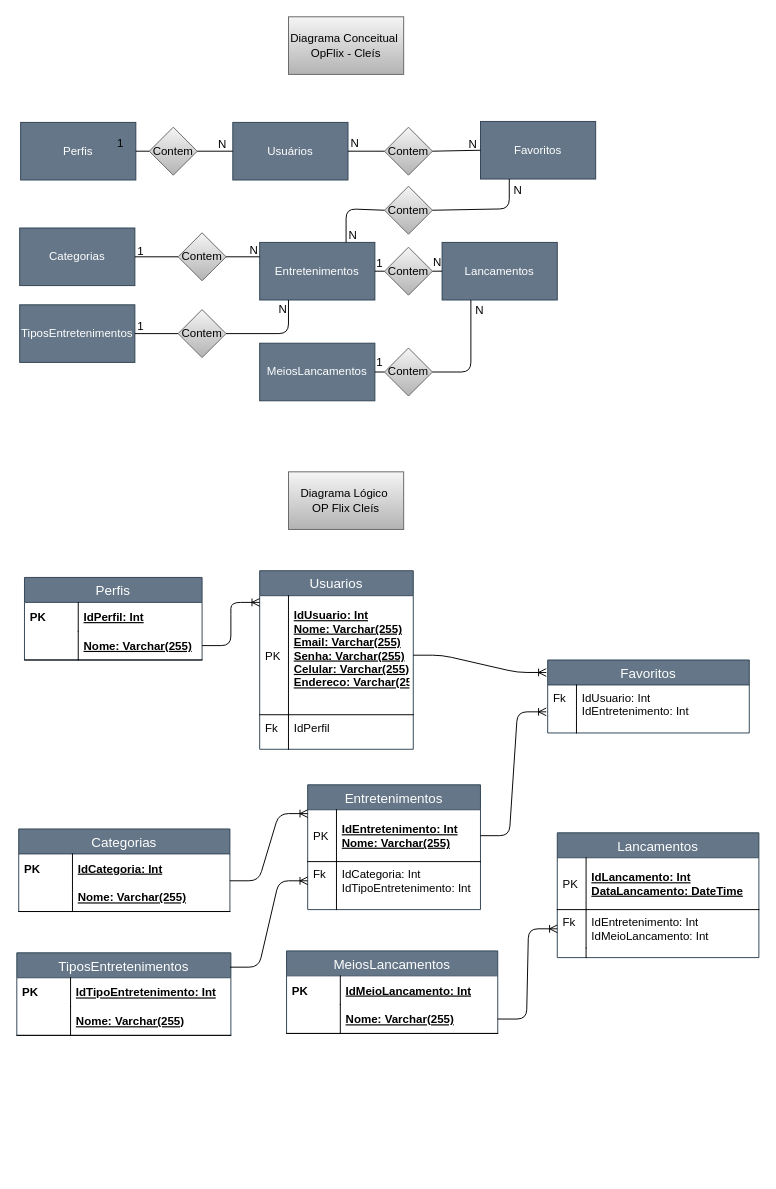
Before: Untitled Diagram (1).drawio in CleAurora/2s2019-sprint-1-bd-, a draw.io diagram. Source tidied: cells renumbered, new cells numbered last; positions are measured from the earlier drawing's top-left corner, leaving out a move shared by most shapes. Both pictures are drawn from the tidied source at 96%, with x=0, y=0 at pixel (16, 16).
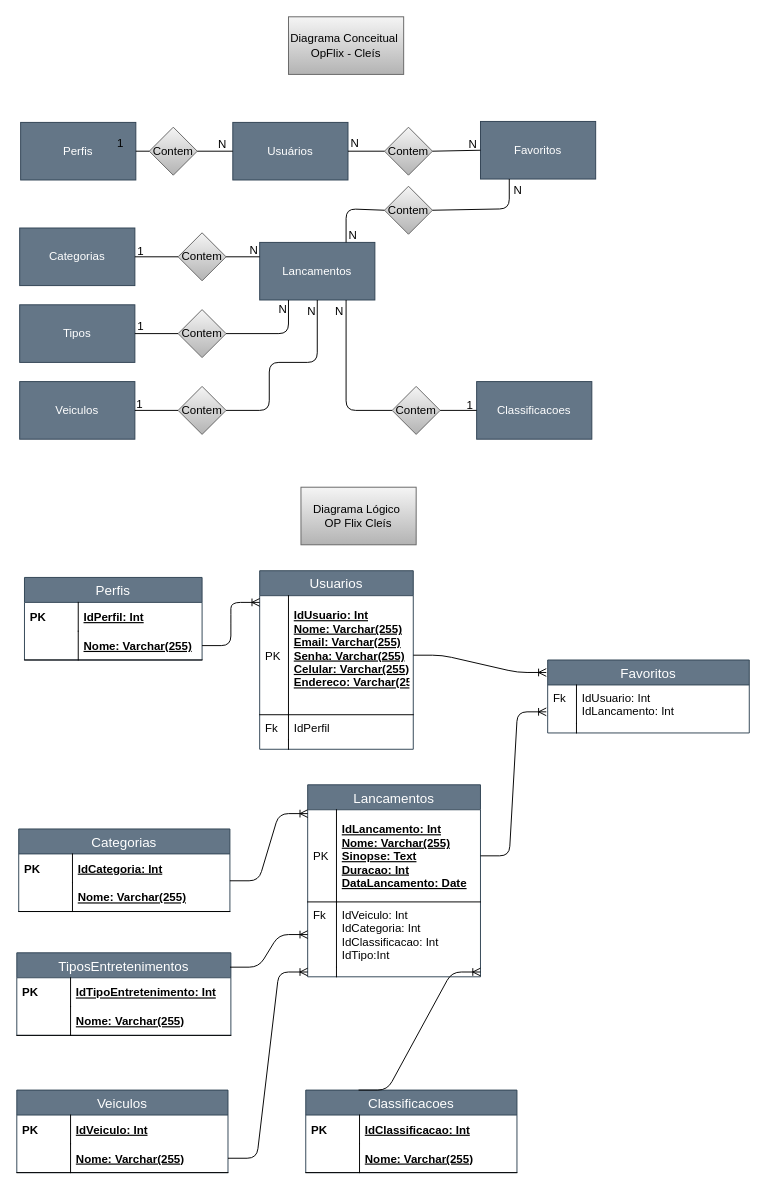
Above is the later version.

Commit message (it also covers changes not shown here):
Adiciona alteracoes nos diagramas

Unchanged cells that the change refers to:
```xml
<mxCell id="82" value="Nome: Varchar(255)" style="shape=partialRectangle;top=0;left=0;right=0;bottom=1;align=left;verticalAlign=middle;fillColor=none;spacingLeft=60;spacingRight=4;overflow=hidden;points=[[0,0.5],[1,0.5]];portConstraint=eastwest;fontStyle=5;fontSize=12;" parent="79" vertex="1">
  <mxGeometry y="56" width="220" height="30" as="geometry" />
</mxCell>
<mxCell id="92" value="Favoritos" style="swimlane;fontStyle=0;horizontal=1;startSize=26;fillColor=#647687;swimlaneFillColor=#ffffff;align=center;fontSize=14;strokeColor=#314354;fontColor=#ffffff;" parent="1" vertex="1">
  <mxGeometry x="553" y="670" width="210" height="76" as="geometry" />
</mxCell>
```

The edit, as a diff of the source:
```diff
@@
-    <mxCell id="10" value="TiposEntretenimentos" style="rounded=0;whiteSpace=wrap;html=1;fillColor=#647687;strokeColor=#314354;fontColor=#ffffff;" parent="1" vertex="1">
+    <mxCell id="10" value="Tipos" style="rounded=0;whiteSpace=wrap;html=1;fillColor=#647687;strokeColor=#314354;fontColor=#ffffff;" parent="1" vertex="1">
       <mxGeometry x="3" y="300" width="120" height="60" as="geometry" />
     </mxCell>
@@
-    <mxCell id="12" value="MeiosLancamentos" style="rounded=0;whiteSpace=wrap;html=1;fillColor=#647687;strokeColor=#314354;fontColor=#ffffff;" parent="1" vertex="1">
-      <mxGeometry x="253" y="340" width="120" height="60" as="geometry" />
+    <mxCell id="12" value="Veiculos" style="rounded=0;whiteSpace=wrap;html=1;fillColor=#647687;strokeColor=#314354;fontColor=#ffffff;" parent="1" vertex="1">
+      <mxGeometry x="3" y="380" width="120" height="60" as="geometry" />
     </mxCell>
-    <mxCell id="13" value="Entretenimentos" style="rounded=0;whiteSpace=wrap;html=1;fillColor=#647687;strokeColor=#314354;fontColor=#ffffff;" parent="1" vertex="1">
+    <mxCell id="13" value="Lancamentos" style="rounded=0;whiteSpace=wrap;html=1;fillColor=#647687;strokeColor=#314354;fontColor=#ffffff;" parent="1" vertex="1">
       <mxGeometry x="253" y="235" width="120" height="60" as="geometry" />
     </mxCell>
-    <mxCell id="14" value="Lancamentos" style="rounded=0;whiteSpace=wrap;html=1;fillColor=#647687;strokeColor=#314354;fontColor=#ffffff;" parent="1" vertex="1">
-      <mxGeometry x="443" y="235" width="120" height="60" as="geometry" />
-    </mxCell>
@@
-    <mxCell id="21" value="Contem" style="rhombus;whiteSpace=wrap;html=1;gradientColor=#b3b3b3;fillColor=#f5f5f5;strokeColor=#666666;" parent="1" vertex="1">
-      <mxGeometry x="383" y="240" width="50" height="50" as="geometry" />
-    </mxCell>
-    <mxCell id="22" value="Contem" style="rhombus;whiteSpace=wrap;html=1;gradientColor=#b3b3b3;fillColor=#f5f5f5;strokeColor=#666666;" parent="1" vertex="1">
-      <mxGeometry x="383" y="345" width="50" height="50" as="geometry" />
-    </mxCell>
-    <mxCell id="23" style="endArrow=none;html=1;entryX=0;entryY=0.5;entryDx=0;entryDy=0;exitX=1;exitY=0.5;exitDx=0;exitDy=0;" parent="1" edge="1" source="13" target="21">
-      <mxGeometry relative="1" as="geometry" />
-    </mxCell>
-    <mxCell id="24" style="endArrow=none;html=1;entryX=0;entryY=0.5;entryDx=0;entryDy=0;exitX=1;exitY=0.5;exitDx=0;exitDy=0;" parent="1" edge="1" source="21" target="14">
-      <mxGeometry relative="1" as="geometry" />
-    </mxCell>
-    <mxCell id="25" style="endArrow=none;html=1;entryX=0;entryY=0.5;entryDx=0;entryDy=0;exitX=1;exitY=0.5;exitDx=0;exitDy=0;" parent="1" edge="1" source="12" target="22">
-      <mxGeometry relative="1" as="geometry" />
-    </mxCell>
-    <mxCell id="26" style="endArrow=none;html=1;entryX=0.25;entryY=1;entryDx=0;entryDy=0;exitX=1;exitY=0.5;exitDx=0;exitDy=0;" parent="1" edge="1" source="22" target="14">
-      <mxGeometry relative="1" as="geometry">
-        <Array as="points">
-          <mxPoint x="473" y="370" />
-        </Array>
-      </mxGeometry>
-    </mxCell>
@@
-    <mxCell id="40" value="1" style="text;html=1;align=left;verticalAlign=top;spacingTop=-4;" parent="1" vertex="1">
-      <mxGeometry x="373" y="247" width="20" height="20" as="geometry" />
-    </mxCell>
-    <mxCell id="41" value="N" style="text;html=1;align=left;verticalAlign=top;spacingTop=-4;" parent="1" vertex="1">
-      <mxGeometry x="432" y="246" width="20" height="20" as="geometry" />
-    </mxCell>
@@
-    <mxCell id="44" value="1" style="text;html=1;align=left;verticalAlign=top;spacingTop=-4;" parent="1" vertex="1">
-      <mxGeometry x="373" y="350" width="20" height="20" as="geometry" />
-    </mxCell>
-    <mxCell id="45" value="N" style="text;html=1;align=left;verticalAlign=top;spacingTop=-4;" parent="1" vertex="1">
-      <mxGeometry x="476" y="296" width="20" height="20" as="geometry" />
-    </mxCell>
     <mxCell id="46" value="Diagrama Lógico&amp;nbsp;&lt;br&gt;OP Flix Cleís" style="rounded=0;whiteSpace=wrap;html=1;fillColor=#f5f5f5;strokeColor=#666666;gradientColor=#b3b3b3;" parent="1" vertex="1">
-      <mxGeometry x="283" y="474" width="120" height="60" as="geometry" />
+      <mxGeometry x="296" y="490" width="120" height="60" as="geometry" />
     </mxCell>
@@
-    <mxCell id="70" value="Entretenimentos" style="swimlane;fontStyle=0;horizontal=1;startSize=26;fillColor=#647687;swimlaneFillColor=#ffffff;align=center;fontSize=14;strokeColor=#314354;fontColor=#ffffff;" parent="1" vertex="1">
-      <mxGeometry x="303" y="800" width="180" height="130" as="geometry" />
+    <mxCell id="70" value="Lancamentos" style="swimlane;fontStyle=0;horizontal=1;startSize=26;fillColor=#647687;swimlaneFillColor=#ffffff;align=center;fontSize=14;strokeColor=#314354;fontColor=#ffffff;" parent="1" vertex="1">
+      <mxGeometry x="303" y="800" width="180" height="200" as="geometry" />
     </mxCell>
-    <mxCell id="71" value="IdEntretenimento: Int&#10;Nome: Varchar(255)" style="shape=partialRectangle;top=0;left=0;right=0;bottom=1;align=left;verticalAlign=middle;fillColor=none;spacingLeft=34;spacingRight=4;overflow=hidden;points=[[0,0.5],[1,0.5]];portConstraint=eastwest;fontStyle=5;fontSize=12;" parent="70" vertex="1">
-      <mxGeometry y="26" width="180" height="54" as="geometry" />
+    <mxCell id="71" value="IdLancamento: Int&#10;Nome: Varchar(255)&#10;Sinopse: Text&#10;Duracao: Int&#10;DataLancamento: Date" style="shape=partialRectangle;top=0;left=0;right=0;bottom=1;align=left;verticalAlign=middle;fillColor=none;spacingLeft=34;spacingRight=4;overflow=hidden;points=[[0,0.5],[1,0.5]];portConstraint=eastwest;fontStyle=5;fontSize=12;" parent="70" vertex="1">
+      <mxGeometry y="26" width="180" height="96" as="geometry" />
     </mxCell>
     <mxCell id="72" value="PK" style="shape=partialRectangle;top=0;left=0;bottom=0;fillColor=none;align=left;verticalAlign=middle;spacingLeft=4;spacingRight=4;overflow=hidden;fontSize=12;" parent="71" vertex="1">
-      <mxGeometry width="30" height="54" as="geometry" />
+      <mxGeometry width="30" height="96" as="geometry" />
     </mxCell>
-    <mxCell id="73" value="IdCategoria: Int&#10;IdTipoEntretenimento: Int" style="shape=partialRectangle;top=0;left=0;right=0;bottom=0;align=left;verticalAlign=top;fillColor=none;spacingLeft=34;spacingRight=4;overflow=hidden;points=[[0,0.5],[1,0.5]];portConstraint=eastwest;fontSize=12;" parent="70" vertex="1">
-      <mxGeometry y="80" width="180" height="40" as="geometry" />
+    <mxCell id="73" value="IdVeiculo: Int&#10;IdCategoria: Int&#10;IdClassificacao: Int&#10;IdTipo:Int" style="shape=partialRectangle;top=0;left=0;right=0;bottom=0;align=left;verticalAlign=top;fillColor=none;spacingLeft=34;spacingRight=4;overflow=hidden;points=[[0,0.5],[1,0.5]];portConstraint=eastwest;fontSize=12;" parent="70" vertex="1">
+      <mxGeometry y="122" width="180" height="68" as="geometry" />
     </mxCell>
     <mxCell id="74" value="Fk" style="shape=partialRectangle;top=0;left=0;bottom=0;fillColor=none;align=left;verticalAlign=top;spacingLeft=4;spacingRight=4;overflow=hidden;fontSize=12;" parent="73" vertex="1">
-      <mxGeometry width="30" height="40" as="geometry" />
+      <mxGeometry width="30" height="68" as="geometry" />
     </mxCell>
     <mxCell id="75" style="shape=partialRectangle;top=0;left=0;right=0;bottom=0;align=left;verticalAlign=top;fillColor=none;spacingLeft=34;spacingRight=4;overflow=hidden;points=[[0,0.5],[1,0.5]];portConstraint=eastwest;fontSize=12;" parent="70" vertex="1">
-      <mxGeometry y="120" width="180" height="10" as="geometry" />
+      <mxGeometry y="190" width="180" height="10" as="geometry" />
     </mxCell>
@@
-    <mxCell id="79" value="MeiosLancamentos" style="swimlane;fontStyle=0;horizontal=1;startSize=26;fillColor=#647687;swimlaneFillColor=#ffffff;align=center;fontSize=14;strokeColor=#314354;fontColor=#ffffff;" parent="1" vertex="1">
-      <mxGeometry x="281" y="973" width="220" height="86" as="geometry" />
+    <mxCell id="79" value="Veiculos" style="swimlane;fontStyle=0;horizontal=1;startSize=26;fillColor=#647687;swimlaneFillColor=#ffffff;align=center;fontSize=14;strokeColor=#314354;fontColor=#ffffff;" parent="1" vertex="1">
+      <mxGeometry y="1118" width="220" height="86" as="geometry" />
     </mxCell>
-    <mxCell id="80" value="IdMeioLancamento: Int" style="shape=partialRectangle;top=0;left=0;right=0;bottom=0;align=left;verticalAlign=middle;fillColor=none;spacingLeft=60;spacingRight=4;overflow=hidden;fontStyle=5;fontSize=12;" parent="79" vertex="1">
+    <mxCell id="80" value="IdVeiculo: Int" style="shape=partialRectangle;top=0;left=0;right=0;bottom=0;align=left;verticalAlign=middle;fillColor=none;spacingLeft=60;spacingRight=4;overflow=hidden;fontStyle=5;fontSize=12;" parent="79" vertex="1">
       <mxGeometry y="26" width="220" height="30" as="geometry" />
     </mxCell>
@@
-    <mxCell id="84" value="Lancamentos" style="swimlane;fontStyle=0;horizontal=1;startSize=26;fillColor=#647687;swimlaneFillColor=#ffffff;align=center;fontSize=14;strokeColor=#314354;fontColor=#ffffff;" parent="1" vertex="1">
-      <mxGeometry x="563" y="850" width="210" height="130" as="geometry" />
-    </mxCell>
-    <mxCell id="85" value="IdLancamento: Int&#10;DataLancamento: DateTime" style="shape=partialRectangle;top=0;left=0;right=0;bottom=1;align=left;verticalAlign=middle;fillColor=none;spacingLeft=34;spacingRight=4;overflow=hidden;fontStyle=5;fontSize=12;" parent="84" vertex="1">
-      <mxGeometry y="26" width="210" height="54" as="geometry" />
-    </mxCell>
-    <mxCell id="86" value="PK" style="shape=partialRectangle;top=0;left=0;bottom=0;fillColor=none;align=left;verticalAlign=middle;spacingLeft=4;spacingRight=4;overflow=hidden;fontSize=12;" parent="85" vertex="1">
-      <mxGeometry width="30" height="54" as="geometry" />
-    </mxCell>
-    <mxCell id="87" value="IdEntretenimento: Int&#10;IdMeioLancamento: Int" style="shape=partialRectangle;top=0;left=0;right=0;bottom=0;align=left;verticalAlign=top;fillColor=none;spacingLeft=34;spacingRight=4;overflow=hidden;points=[[0,0.5],[1,0.5]];portConstraint=eastwest;fontSize=12;" parent="84" vertex="1">
-      <mxGeometry y="80" width="210" height="40" as="geometry" />
-    </mxCell>
-    <mxCell id="88" value="Fk" style="shape=partialRectangle;top=0;left=0;bottom=0;fillColor=none;align=left;verticalAlign=top;spacingLeft=4;spacingRight=4;overflow=hidden;fontSize=12;" parent="87" vertex="1">
-      <mxGeometry width="30" height="40" as="geometry" />
-    </mxCell>
-    <mxCell id="89" style="shape=partialRectangle;top=0;left=0;right=0;bottom=0;align=left;verticalAlign=top;fillColor=none;spacingLeft=34;spacingRight=4;overflow=hidden;fontSize=12;" parent="84" vertex="1">
-      <mxGeometry y="120" width="210" height="10" as="geometry" />
-    </mxCell>
-    <mxCell id="90" style="shape=partialRectangle;top=0;left=0;bottom=0;fillColor=none;align=left;verticalAlign=top;spacingLeft=4;spacingRight=4;overflow=hidden;fontSize=12;" parent="89" vertex="1">
-      <mxGeometry width="30" height="10" as="geometry" />
-    </mxCell>
-    <mxCell id="91" style="edgeStyle=entityRelationEdgeStyle;fontSize=12;html=1;endArrow=ERoneToMany;exitX=1;exitY=0.5;exitDx=0;exitDy=0;entryX=0;entryY=0.5;entryDx=0;entryDy=0;" parent="1" edge="1" source="82" target="87">
+    <mxCell id="91" style="edgeStyle=entityRelationEdgeStyle;fontSize=12;html=1;endArrow=ERoneToMany;exitX=1;exitY=0.5;exitDx=0;exitDy=0;entryX=0;entryY=0.5;entryDx=0;entryDy=0;" parent="1" edge="1" source="82" target="75">
       <mxGeometry relative="1" as="geometry" />
     </mxCell>
@@
-    <mxCell id="93" value="IdUsuario: Int&#10;IdEntretenimento: Int" style="shape=partialRectangle;top=0;left=0;right=0;bottom=0;align=left;verticalAlign=top;fillColor=none;spacingLeft=34;spacingRight=4;overflow=hidden;points=[[0,0.5],[1,0.5]];portConstraint=eastwest;fontSize=12;" parent="92" vertex="1">
+    <mxCell id="93" value="IdUsuario: Int&#10;IdLancamento: Int" style="shape=partialRectangle;top=0;left=0;right=0;bottom=0;align=left;verticalAlign=top;fillColor=none;spacingLeft=34;spacingRight=4;overflow=hidden;points=[[0,0.5],[1,0.5]];portConstraint=eastwest;fontSize=12;" parent="92" vertex="1">
       <mxGeometry y="26" width="210" height="40" as="geometry" />
     </mxCell>
@@
+    <mxCell id="99" value="Contem" style="rhombus;whiteSpace=wrap;html=1;gradientColor=#b3b3b3;fillColor=#f5f5f5;strokeColor=#666666;" parent="1" vertex="1">
+      <mxGeometry x="168" y="385" width="50" height="50" as="geometry" />
+    </mxCell>
+    <mxCell id="100" style="endArrow=none;html=1;entryX=0;entryY=0.5;entryDx=0;entryDy=0;exitX=1;exitY=0.5;exitDx=0;exitDy=0;" parent="1" edge="1" source="12" target="99">
+      <mxGeometry relative="1" as="geometry" />
+    </mxCell>
+    <mxCell id="101" style="endArrow=none;html=1;entryX=0.5;entryY=1;entryDx=0;entryDy=0;exitX=1;exitY=0.5;exitDx=0;exitDy=0;" parent="1" edge="1" source="99" target="13">
+      <mxGeometry relative="1" as="geometry">
+        <Array as="points">
+          <mxPoint x="263" y="410" />
+          <mxPoint x="263" y="360" />
+          <mxPoint x="313" y="360" />
+        </Array>
+      </mxGeometry>
+    </mxCell>
+    <mxCell id="102" value="Classificacoes" style="rounded=0;whiteSpace=wrap;html=1;fillColor=#647687;strokeColor=#314354;fontColor=#ffffff;" parent="1" vertex="1">
+      <mxGeometry x="479" y="380" width="120" height="60" as="geometry" />
+    </mxCell>
+    <mxCell id="103" value="Contem" style="rhombus;whiteSpace=wrap;html=1;gradientColor=#b3b3b3;fillColor=#f5f5f5;strokeColor=#666666;" parent="1" vertex="1">
+      <mxGeometry x="391" y="385" width="50" height="50" as="geometry" />
+    </mxCell>
+    <mxCell id="104" style="endArrow=none;html=1;entryX=0;entryY=0.5;entryDx=0;entryDy=0;exitX=1;exitY=0.5;exitDx=0;exitDy=0;" parent="1" edge="1" source="103" target="102">
+      <mxGeometry relative="1" as="geometry" />
+    </mxCell>
+    <mxCell id="105" style="endArrow=none;html=1;entryX=0;entryY=0.5;entryDx=0;entryDy=0;exitX=0.75;exitY=1;exitDx=0;exitDy=0;" parent="1" edge="1" source="13" target="103">
+      <mxGeometry relative="1" as="geometry">
+        <Array as="points">
+          <mxPoint x="343" y="410" />
+        </Array>
+      </mxGeometry>
+    </mxCell>
+    <mxCell id="106" value="1" style="text;html=1;align=left;verticalAlign=top;spacingTop=-4;" parent="1" vertex="1">
+      <mxGeometry x="123" y="394" width="20" height="20" as="geometry" />
+    </mxCell>
+    <mxCell id="107" value="N" style="text;html=1;align=left;verticalAlign=top;spacingTop=-4;" parent="1" vertex="1">
+      <mxGeometry x="301" y="297" width="20" height="20" as="geometry" />
+    </mxCell>
+    <mxCell id="108" value="1" style="text;html=1;align=left;verticalAlign=top;spacingTop=-4;" parent="1" vertex="1">
+      <mxGeometry x="467" y="395" width="20" height="20" as="geometry" />
+    </mxCell>
+    <mxCell id="109" value="N" style="text;html=1;align=left;verticalAlign=top;spacingTop=-4;" parent="1" vertex="1">
+      <mxGeometry x="330" y="297" width="20" height="20" as="geometry" />
+    </mxCell>
+    <mxCell id="110" value="Classificacoes" style="swimlane;fontStyle=0;horizontal=1;startSize=26;fillColor=#647687;swimlaneFillColor=#ffffff;align=center;fontSize=14;strokeColor=#314354;fontColor=#ffffff;" parent="1" vertex="1">
+      <mxGeometry x="301" y="1118" width="220" height="86" as="geometry" />
+    </mxCell>
+    <mxCell id="111" value="IdClassificacao: Int" style="shape=partialRectangle;top=0;left=0;right=0;bottom=0;align=left;verticalAlign=middle;fillColor=none;spacingLeft=60;spacingRight=4;overflow=hidden;fontStyle=5;fontSize=12;" parent="110" vertex="1">
+      <mxGeometry y="26" width="220" height="30" as="geometry" />
+    </mxCell>
+    <mxCell id="86" value="PK" style="shape=partialRectangle;fontStyle=1;top=0;left=0;bottom=0;fillColor=none;align=left;verticalAlign=middle;spacingLeft=4;spacingRight=4;overflow=hidden;fontSize=12;" parent="111" vertex="1">
+      <mxGeometry width="56" height="30" as="geometry" />
+    </mxCell>
+    <mxCell id="112" value="Nome: Varchar(255)" style="shape=partialRectangle;top=0;left=0;right=0;bottom=1;align=left;verticalAlign=middle;fillColor=none;spacingLeft=60;spacingRight=4;overflow=hidden;fontStyle=5;fontSize=12;" parent="110" vertex="1">
+      <mxGeometry y="56" width="220" height="30" as="geometry" />
+    </mxCell>
+    <mxCell id="113" style="shape=partialRectangle;fontStyle=1;top=0;left=0;bottom=0;fillColor=none;align=left;verticalAlign=middle;spacingLeft=4;spacingRight=4;overflow=hidden;fontSize=12;" parent="112" vertex="1">
+      <mxGeometry width="56" height="30" as="geometry" />
+    </mxCell>
+    <mxCell id="114" style="edgeStyle=entityRelationEdgeStyle;fontSize=12;html=1;endArrow=ERoneToMany;entryX=1;entryY=0.5;entryDx=0;entryDy=0;exitX=0.25;exitY=0;exitDx=0;exitDy=0;" parent="1" edge="1" source="110" target="75">
+      <mxGeometry relative="1" as="geometry" />
+    </mxCell>
```
